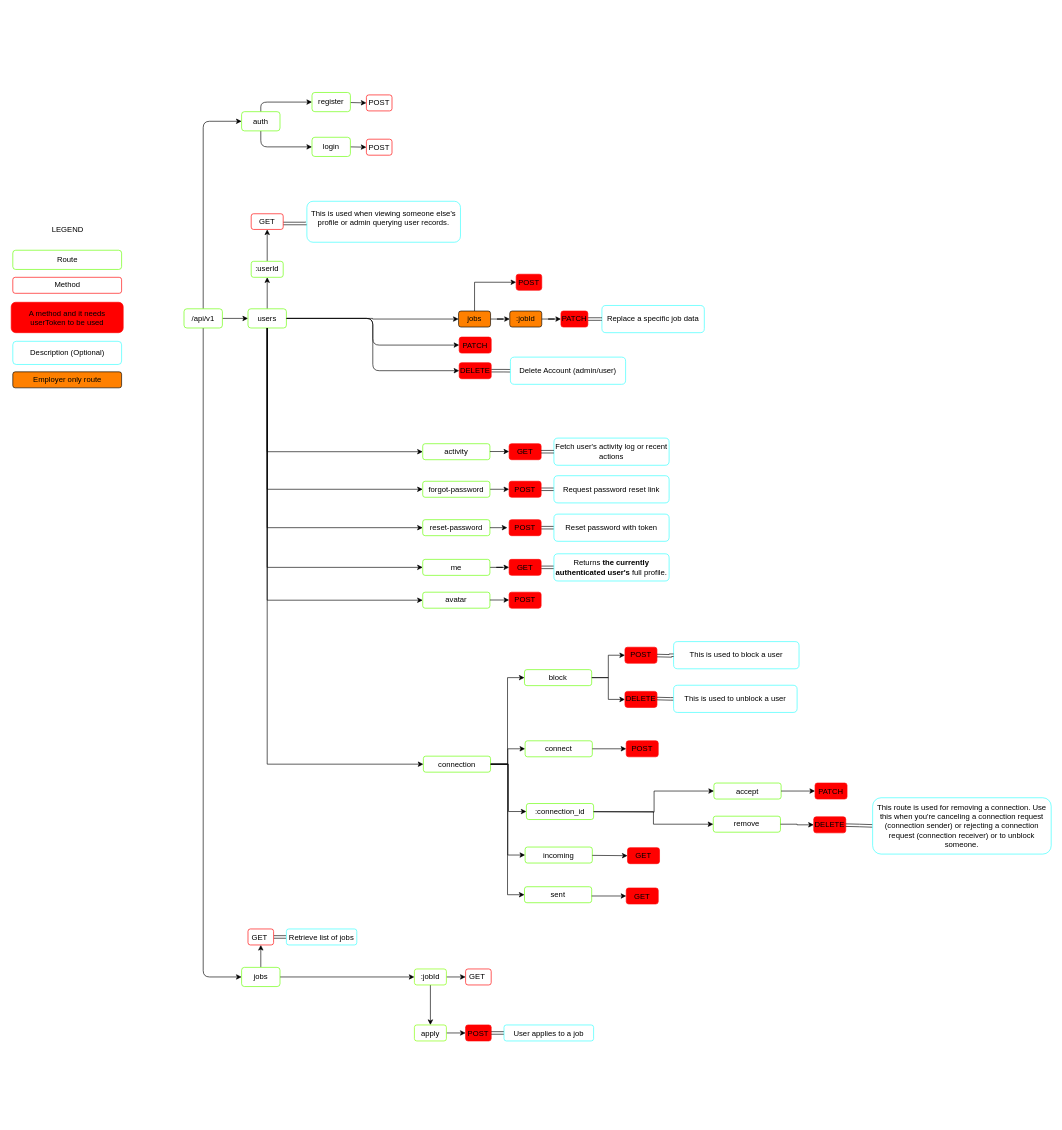
Earlier version of the draw.io diagram diagrams/rest_api.drawio (kenshiin1123/dev-match). Source tidied: cells renumbered, new cells numbered last; positions are measured from the earlier drawing's top-left corner, leaving out a move shared by most shapes. Both pictures are drawn from the tidied source at 64%, with x=0, y=0 at pixel (11, 92).
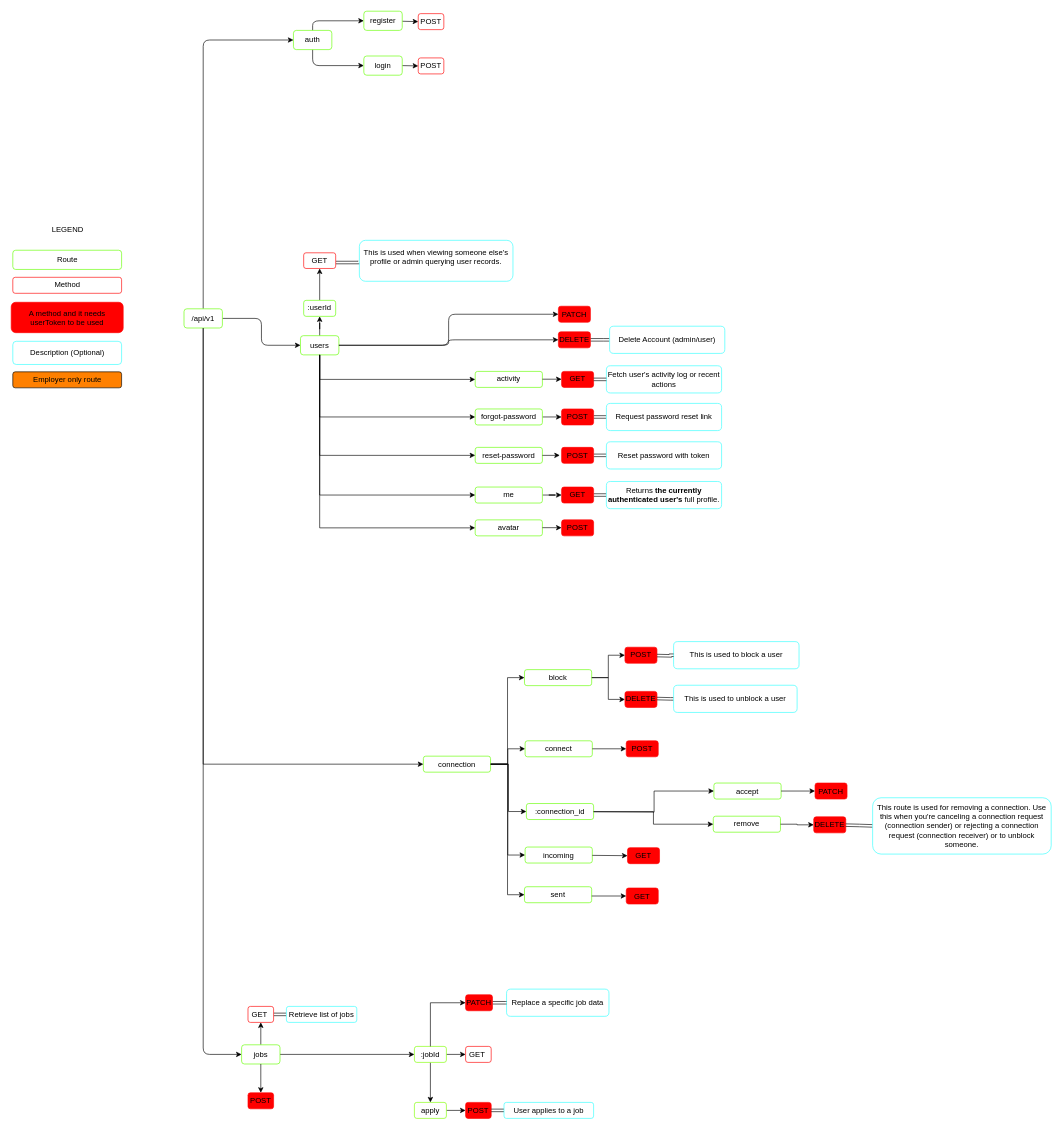
After the change.

Unchanged cells that the change refers to:
```xml
<mxCell id="5" value="/api/v1" style="rounded=1;whiteSpace=wrap;html=1;strokeColor=#65FF00;fontStyle=0;" parent="1" vertex="1">
  <mxGeometry x="270" y="338" width="60" height="30" as="geometry" />
</mxCell>
<mxCell id="90" value="connection" style="whiteSpace=wrap;html=1;rounded=1;strokeColor=#65FF00;fontStyle=0;" parent="1" vertex="1">
  <mxGeometry x="644" y="1037" width="105" height="25" as="geometry" />
</mxCell>
```

What changed in the source:
```diff
@@
-    <mxCell id="2" style="edgeStyle=none;html=1;fontStyle=0;" parent="1" edge="1" source="5" target="9">
+    <mxCell id="2" style="edgeStyle=orthogonalEdgeStyle;html=1;fontStyle=0;entryX=0;entryY=0.5;entryDx=0;entryDy=0;" parent="1" edge="1" source="5" target="9">
       <mxGeometry relative="1" as="geometry" />
     </mxCell>
@@
-    <mxCell id="7" style="edgeStyle=orthogonalEdgeStyle;rounded=0;jettySize=auto;html=1;entryX=0;entryY=0.5;entryDx=0;entryDy=0;" parent="1" edge="1" source="9" target="81">
-      <mxGeometry relative="1" as="geometry" />
-    </mxCell>
-    <mxCell id="8" style="edgeStyle=orthogonalEdgeStyle;rounded=0;jettySize=auto;html=1;entryX=0;entryY=0.5;entryDx=0;entryDy=0;exitX=0.5;exitY=1;exitDx=0;exitDy=0;" parent="1" edge="1" source="9" target="90">
+    <mxCell id="8" style="edgeStyle=orthogonalEdgeStyle;rounded=0;jettySize=auto;html=1;entryX=0;entryY=0.5;entryDx=0;entryDy=0;exitX=0.5;exitY=1;exitDx=0;exitDy=0;" parent="1" edge="1" source="5" target="90">
       <mxGeometry relative="1" as="geometry" />
     </mxCell>
     <mxCell id="9" value="users" style="rounded=1;whiteSpace=wrap;html=1;strokeColor=#65FF00;fontStyle=0;" parent="1" vertex="1">
-      <mxGeometry x="370" y="338" width="60" height="30" as="geometry" />
+      <mxGeometry x="452" y="380" width="60" height="30" as="geometry" />
     </mxCell>
@@
     <mxCell id="12" value="jobs" style="rounded=1;whiteSpace=wrap;html=1;strokeColor=#65FF00;fontStyle=0;" parent="1" vertex="1">
-      <mxGeometry x="360" y="1367" width="60" height="30" as="geometry" />
+      <mxGeometry x="360" y="1488" width="60" height="30" as="geometry" />
     </mxCell>
@@
     <mxCell id="15" value="auth" style="rounded=1;whiteSpace=wrap;html=1;strokeColor=#65FF00;fontStyle=0;" parent="1" vertex="1">
-      <mxGeometry x="360" y="30" width="60" height="30" as="geometry" />
+      <mxGeometry x="441" y="-97" width="60" height="30" as="geometry" />
     </mxCell>
@@
     <mxCell id="19" value="PATCH" style="whiteSpace=wrap;html=1;rounded=1;strokeColor=#FF0000;fontStyle=0;fillColor=#FF0000;" parent="1" vertex="1">
-      <mxGeometry x="700" y="382.2" width="50" height="25" as="geometry" />
+      <mxGeometry x="855" y="334" width="50" height="25" as="geometry" />
     </mxCell>
@@
     <mxCell id="21" value="DELETE" style="whiteSpace=wrap;html=1;rounded=1;strokeColor=#FF0000;fontStyle=0;fillColor=#FF0000;" parent="1" vertex="1">
-      <mxGeometry x="700" y="422.2" width="50" height="25" as="geometry" />
+      <mxGeometry x="855" y="374" width="50" height="25" as="geometry" />
     </mxCell>
@@
     <mxCell id="27" value="register" style="rounded=1;whiteSpace=wrap;html=1;strokeColor=#65FF00;fontStyle=0;" parent="1" vertex="1">
-      <mxGeometry x="470" width="60" height="30" as="geometry" />
+      <mxGeometry x="551" y="-127" width="60" height="30" as="geometry" />
     </mxCell>
@@
     <mxCell id="29" value="login" style="rounded=1;whiteSpace=wrap;html=1;strokeColor=#65FF00;fontStyle=0;" parent="1" vertex="1">
-      <mxGeometry x="470" y="70" width="60" height="30" as="geometry" />
+      <mxGeometry x="551" y="-57" width="60" height="30" as="geometry" />
     </mxCell>
     <mxCell id="30" value="&lt;span&gt;POST&lt;/span&gt;" style="whiteSpace=wrap;html=1;rounded=1;strokeColor=#FF0000;fontStyle=0;" parent="1" vertex="1">
-      <mxGeometry x="555" y="3.8" width="40" height="25" as="geometry" />
+      <mxGeometry x="636" y="-123.2" width="40" height="25" as="geometry" />
     </mxCell>
     <mxCell id="31" value="&lt;span&gt;POST&lt;/span&gt;" style="whiteSpace=wrap;html=1;rounded=1;strokeColor=#FF0000;fontStyle=0;" parent="1" vertex="1">
-      <mxGeometry x="555" y="73" width="40" height="25" as="geometry" />
+      <mxGeometry x="636" y="-54" width="40" height="25" as="geometry" />
     </mxCell>
@@
     <mxCell id="34" value="&lt;span&gt;GET&amp;nbsp;&lt;/span&gt;" style="whiteSpace=wrap;html=1;rounded=1;strokeColor=#FF0000;fontStyle=0;" parent="1" vertex="1">
-      <mxGeometry x="370" y="1307" width="40" height="25" as="geometry" />
+      <mxGeometry x="370" y="1428" width="40" height="25" as="geometry" />
     </mxCell>
     <mxCell id="35" value="Retrieve list of jobs" style="whiteSpace=wrap;html=1;rounded=1;strokeColor=#33FFFF;fontStyle=0;" parent="1" vertex="1">
-      <mxGeometry x="430" y="1307" width="110" height="25" as="geometry" />
+      <mxGeometry x="430" y="1428" width="110" height="25" as="geometry" />
     </mxCell>
@@
     <mxCell id="38" value="&lt;span&gt;:jobId&lt;/span&gt;" style="whiteSpace=wrap;html=1;rounded=1;strokeColor=#80FF00;fontStyle=0;" parent="1" vertex="1">
-      <mxGeometry x="630" y="1369.5" width="50" height="25" as="geometry" />
+      <mxGeometry x="630" y="1490.5" width="50" height="25" as="geometry" />
     </mxCell>
     <mxCell id="39" value="&lt;span&gt;GET&amp;nbsp;&lt;/span&gt;" style="whiteSpace=wrap;html=1;rounded=1;strokeColor=#FF0000;fontStyle=0;" parent="1" vertex="1">
-      <mxGeometry x="710" y="1369.5" width="40" height="25" as="geometry" />
+      <mxGeometry x="710" y="1490.5" width="40" height="25" as="geometry" />
     </mxCell>
@@
     <mxCell id="42" value="apply" style="whiteSpace=wrap;html=1;rounded=1;strokeColor=#80FF00;fontStyle=0;" parent="1" vertex="1">
-      <mxGeometry x="630" y="1457" width="50" height="25" as="geometry" />
+      <mxGeometry x="630" y="1578" width="50" height="25" as="geometry" />
     </mxCell>
     <mxCell id="43" value="&lt;span&gt;POST&lt;/span&gt;" style="whiteSpace=wrap;html=1;rounded=1;strokeColor=#FF0000;fontStyle=0;fillColor=#FF0000;" parent="1" vertex="1">
-      <mxGeometry x="710" y="1457" width="40" height="25" as="geometry" />
+      <mxGeometry x="710" y="1578" width="40" height="25" as="geometry" />
     </mxCell>
@@
     <mxCell id="45" value="User applies to a job" style="whiteSpace=wrap;html=1;rounded=1;strokeColor=#33FFFF;fontStyle=0;" parent="1" vertex="1">
-      <mxGeometry x="770" y="1457" width="140" height="25" as="geometry" />
+      <mxGeometry x="770" y="1578" width="140" height="25" as="geometry" />
     </mxCell>
@@
     <mxCell id="48" value="forgot-password" style="whiteSpace=wrap;html=1;rounded=1;strokeColor=#65FF00;fontStyle=0;" parent="1" vertex="1">
-      <mxGeometry x="643" y="607.5" width="105" height="25" as="geometry" />
+      <mxGeometry x="725" y="494.5" width="105" height="25" as="geometry" />
     </mxCell>
     <mxCell id="49" value="Delete Account (admin/user)" style="whiteSpace=wrap;html=1;rounded=1;strokeColor=#33FFFF;fontStyle=0;" parent="1" vertex="1">
-      <mxGeometry x="780" y="413.5" width="180" height="42.5" as="geometry" />
+      <mxGeometry x="935" y="365.2" width="180" height="42.5" as="geometry" />
     </mxCell>
     <mxCell id="50" value="reset-password" style="whiteSpace=wrap;html=1;rounded=1;strokeColor=#65FF00;fontStyle=0;" parent="1" vertex="1">
-      <mxGeometry x="643" y="667.5" width="105" height="25" as="geometry" />
+      <mxGeometry x="725" y="554.5" width="105" height="25" as="geometry" />
     </mxCell>
@@
     <mxCell id="53" value="me" style="whiteSpace=wrap;html=1;rounded=1;strokeColor=#65FF00;fontStyle=0;" parent="1" vertex="1">
-      <mxGeometry x="643" y="729.5" width="105" height="25" as="geometry" />
+      <mxGeometry x="725" y="616.5" width="105" height="25" as="geometry" />
     </mxCell>
@@
     <mxCell id="56" value="POST" style="whiteSpace=wrap;html=1;rounded=1;strokeColor=#FF0000;fontStyle=0;fillColor=#FF0000;" parent="1" vertex="1">
-      <mxGeometry x="778" y="607.5" width="50" height="25" as="geometry" />
+      <mxGeometry x="860" y="494.5" width="50" height="25" as="geometry" />
     </mxCell>
     <mxCell id="57" value="Request password reset link" style="whiteSpace=wrap;html=1;rounded=1;strokeColor=#33FFFF;fontStyle=0;" parent="1" vertex="1">
-      <mxGeometry x="848" y="598.8" width="180" height="42.5" as="geometry" />
+      <mxGeometry x="930" y="485.8" width="180" height="42.5" as="geometry" />
     </mxCell>
@@
     <mxCell id="59" value="POST" style="whiteSpace=wrap;html=1;rounded=1;strokeColor=#FF0000;fontStyle=0;fillColor=#FF0000;" parent="1" vertex="1">
-      <mxGeometry x="778" y="667.5" width="50" height="25" as="geometry" />
+      <mxGeometry x="860" y="554.5" width="50" height="25" as="geometry" />
     </mxCell>
     <mxCell id="60" value="&lt;table&gt;&lt;tbody&gt;&lt;tr&gt;&lt;td&gt;Reset password with token&lt;/td&gt;&lt;/tr&gt;&lt;/tbody&gt;&lt;/table&gt;" style="whiteSpace=wrap;html=1;rounded=1;strokeColor=#33FFFF;fontStyle=0;" parent="1" vertex="1">
-      <mxGeometry x="848" y="658.8" width="180" height="42.5" as="geometry" />
+      <mxGeometry x="930" y="545.8" width="180" height="42.5" as="geometry" />
     </mxCell>
@@
     <mxCell id="62" value="GET" style="whiteSpace=wrap;html=1;rounded=1;strokeColor=#FF0000;fontStyle=0;fillColor=#FF0000;" parent="1" vertex="1">
-      <mxGeometry x="778" y="729.5" width="50" height="25" as="geometry" />
+      <mxGeometry x="860" y="616.5" width="50" height="25" as="geometry" />
     </mxCell>
     <mxCell id="63" value="&lt;p&gt;Returns &lt;strong&gt;the currently authenticated user's&lt;/strong&gt; full profile.&lt;/p&gt;&lt;p&gt;&lt;/p&gt;" style="whiteSpace=wrap;html=1;rounded=1;strokeColor=#33FFFF;fontStyle=0;" parent="1" vertex="1">
-      <mxGeometry x="848" y="720.8" width="180" height="42.5" as="geometry" />
+      <mxGeometry x="930" y="607.8" width="180" height="42.5" as="geometry" />
     </mxCell>
@@
     <mxCell id="65" value="activity" style="whiteSpace=wrap;html=1;rounded=1;strokeColor=#65FF00;fontStyle=0;" parent="1" vertex="1">
-      <mxGeometry x="643" y="548.8" width="105" height="25" as="geometry" />
+      <mxGeometry x="725" y="435.8" width="105" height="25" as="geometry" />
     </mxCell>
@@
     <mxCell id="67" value="GET" style="whiteSpace=wrap;html=1;rounded=1;strokeColor=#FF0000;fontStyle=0;fillColor=#FF0000;" parent="1" vertex="1">
-      <mxGeometry x="778" y="548.8" width="50" height="25" as="geometry" />
+      <mxGeometry x="860" y="435.8" width="50" height="25" as="geometry" />
     </mxCell>
     <mxCell id="68" value="Fetch user's activity log or recent actions" style="whiteSpace=wrap;html=1;rounded=1;strokeColor=#33FFFF;fontStyle=0;" parent="1" vertex="1">
-      <mxGeometry x="848" y="540" width="180" height="42.5" as="geometry" />
+      <mxGeometry x="930" y="427" width="180" height="42.5" as="geometry" />
     </mxCell>
@@
     <mxCell id="70" style="edgeStyle=orthogonalEdgeStyle;rounded=0;jettySize=auto;html=1;exitX=1;exitY=0.5;exitDx=0;exitDy=0;entryX=0;entryY=0.5;entryDx=0;entryDy=0;" parent="1" edge="1" target="67">
       <mxGeometry relative="1" as="geometry">
-        <mxPoint x="748" y="561" as="sourcePoint" />
+        <mxPoint x="830" y="448" as="sourcePoint" />
       </mxGeometry>
     </mxCell>
     <mxCell id="71" value="avatar" style="whiteSpace=wrap;html=1;rounded=1;strokeColor=#65FF00;fontStyle=0;" parent="1" vertex="1">
-      <mxGeometry x="643" y="780.8" width="105" height="25" as="geometry" />
+      <mxGeometry x="725" y="667.8" width="105" height="25" as="geometry" />
     </mxCell>
     <mxCell id="72" value="POST" style="whiteSpace=wrap;html=1;rounded=1;strokeColor=#FF0000;fontStyle=0;fillColor=#FF0000;" parent="1" vertex="1">
-      <mxGeometry x="778" y="780.8" width="50" height="25" as="geometry" />
+      <mxGeometry x="860" y="667.8" width="50" height="25" as="geometry" />
     </mxCell>
     <mxCell id="73" style="edgeStyle=orthogonalEdgeStyle;rounded=0;jettySize=auto;html=1;entryX=0;entryY=0.5;entryDx=0;entryDy=0;" parent="1" edge="1" target="72">
       <mxGeometry relative="1" as="geometry">
-        <mxPoint x="748" y="793" as="sourcePoint" />
+        <mxPoint x="830" y="680" as="sourcePoint" />
       </mxGeometry>
     </mxCell>
@@
     <mxCell id="75" value="This is used when&amp;nbsp;&lt;span style=&quot;color: light-dark(rgb(0, 0, 0), rgb(255, 255, 255)); background-color: transparent;&quot;&gt;viewing someone else’s profile or admin querying user records.&lt;/span&gt;&lt;p&gt;&lt;/p&gt;" style="whiteSpace=wrap;html=1;rounded=1;strokeColor=#33FFFF;fontStyle=0;" parent="1" vertex="1">
-      <mxGeometry x="462" y="170" width="240" height="64" as="geometry" />
+      <mxGeometry x="544" y="231" width="240" height="64" as="geometry" />
     </mxCell>
     <mxCell id="76" value="GET" style="whiteSpace=wrap;html=1;rounded=1;strokeColor=#FF0000;fontStyle=0;" parent="1" vertex="1">
-      <mxGeometry x="375" y="189.5" width="50" height="24.5" as="geometry" />
+      <mxGeometry x="457" y="250.5" width="50" height="24.5" as="geometry" />
     </mxCell>
@@
     <mxCell id="78" value=":userId" style="whiteSpace=wrap;html=1;rounded=1;strokeColor=#65FF00;fontStyle=0;" parent="1" vertex="1">
-      <mxGeometry x="375" y="263.8" width="50" height="25" as="geometry" />
+      <mxGeometry x="457" y="324.8" width="50" height="25" as="geometry" />
     </mxCell>
-    <mxCell id="79" style="edgeStyle=orthogonalEdgeStyle;rounded=0;jettySize=auto;html=1;entryX=0;entryY=0.5;entryDx=0;entryDy=0;exitX=0.5;exitY=0;exitDx=0;exitDy=0;" parent="1" edge="1" source="81" target="82">
-      <mxGeometry relative="1" as="geometry" />
-    </mxCell>
-    <mxCell id="80" style="edgeStyle=orthogonalEdgeStyle;rounded=0;jettySize=auto;html=1;entryX=0;entryY=0.5;entryDx=0;entryDy=0;" parent="1" edge="1" source="81" target="85">
-      <mxGeometry relative="1" as="geometry" />
-    </mxCell>
-    <mxCell id="81" value="jobs" style="whiteSpace=wrap;html=1;rounded=1;strokeColor=#000000;fillColor=#FF8000;fontStyle=0;" parent="1" vertex="1">
-      <mxGeometry x="699" y="341.5" width="50" height="25" as="geometry" />
-    </mxCell>
-    <mxCell id="82" value="&lt;span&gt;POST&lt;/span&gt;" style="whiteSpace=wrap;html=1;rounded=1;strokeColor=#FF0000;fontStyle=0;fillColor=#FF0000;" parent="1" vertex="1">
-      <mxGeometry x="789" y="284" width="40" height="25" as="geometry" />
-    </mxCell>
-    <mxCell id="83" value="Replace a specific job data" style="whiteSpace=wrap;html=1;rounded=1;strokeColor=#33FFFF;fontStyle=0;" parent="1" vertex="1">
-      <mxGeometry x="923" y="332.8" width="160" height="42.5" as="geometry" />
-    </mxCell>
-    <mxCell id="84" style="edgeStyle=orthogonalEdgeStyle;rounded=0;jettySize=auto;html=1;" parent="1" edge="1" source="85" target="87">
-      <mxGeometry relative="1" as="geometry" />
-    </mxCell>
-    <mxCell id="85" value=":jobId" style="whiteSpace=wrap;html=1;rounded=1;strokeColor=#000000;fillColor=#FF8000;fontStyle=0;" parent="1" vertex="1">
-      <mxGeometry x="779" y="341.5" width="50" height="25" as="geometry" />
-    </mxCell>
-    <mxCell id="86" style="edgeStyle=orthogonalEdgeStyle;rounded=0;jettySize=auto;html=1;shape=link;" parent="1" edge="1" source="87" target="83">
-      <mxGeometry relative="1" as="geometry" />
-    </mxCell>
-    <mxCell id="87" value="&lt;span&gt;PATCH&lt;/span&gt;" style="whiteSpace=wrap;html=1;rounded=1;strokeColor=#FF0000;fontStyle=0;fillColor=#FF0000;" parent="1" vertex="1">
-      <mxGeometry x="859" y="341.5" width="42" height="25" as="geometry" />
-    </mxCell>
@@
+    <mxCell id="125" style="edgeStyle=orthogonalEdgeStyle;rounded=0;jettySize=auto;html=1;entryX=0.5;entryY=0;entryDx=0;entryDy=0;exitX=0.5;exitY=1;exitDx=0;exitDy=0;" parent="1" edge="1" source="12" target="82">
+      <mxGeometry relative="1" as="geometry" />
+    </mxCell>
+    <mxCell id="82" value="&lt;span&gt;POST&lt;/span&gt;" style="whiteSpace=wrap;html=1;rounded=1;strokeColor=#FF0000;fontStyle=0;fillColor=#FF0000;" parent="1" vertex="1">
+      <mxGeometry x="370" y="1563" width="40" height="25" as="geometry" />
+    </mxCell>
+    <mxCell id="83" value="Replace a specific job data" style="whiteSpace=wrap;html=1;rounded=1;strokeColor=#33FFFF;fontStyle=0;" parent="1" vertex="1">
+      <mxGeometry x="774" y="1401" width="160" height="42.5" as="geometry" />
+    </mxCell>
+    <mxCell id="126" style="edgeStyle=orthogonalEdgeStyle;rounded=0;jettySize=auto;html=1;exitX=0.5;exitY=0;exitDx=0;exitDy=0;entryX=0;entryY=0.5;entryDx=0;entryDy=0;" parent="1" edge="1" source="38" target="87">
+      <mxGeometry relative="1" as="geometry" />
+    </mxCell>
+    <mxCell id="86" style="edgeStyle=orthogonalEdgeStyle;rounded=0;jettySize=auto;html=1;shape=link;" parent="1" edge="1" source="87" target="83">
+      <mxGeometry relative="1" as="geometry" />
+    </mxCell>
+    <mxCell id="87" value="&lt;span&gt;PATCH&lt;/span&gt;" style="whiteSpace=wrap;html=1;rounded=1;strokeColor=#FF0000;fontStyle=0;fillColor=#FF0000;" parent="1" vertex="1">
+      <mxGeometry x="710" y="1409.8" width="42" height="25" as="geometry" />
+    </mxCell>
```
